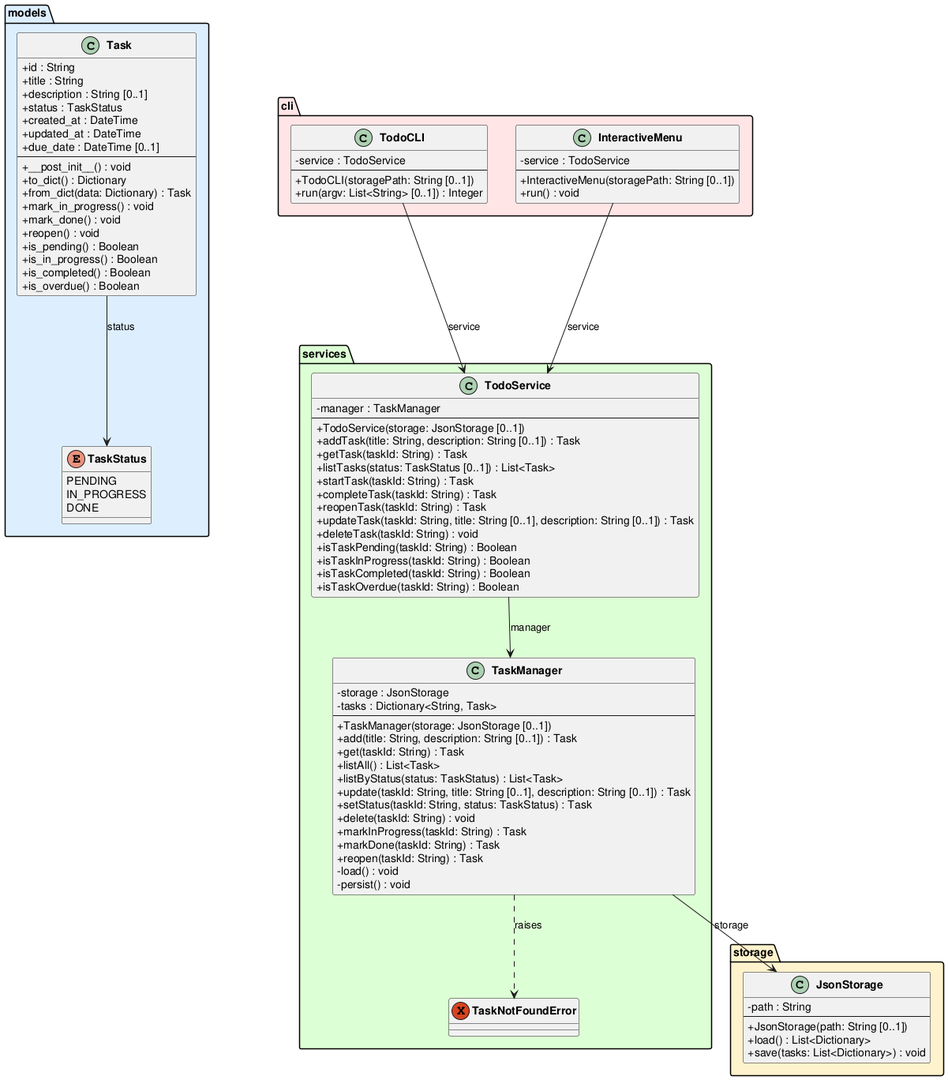
Above: experiments/broadcast/user_stories/TODO/artifacts/class_diagram.png in DanielRiha8906/Software_autoevolution_using_agents (PlantUML), before the change.
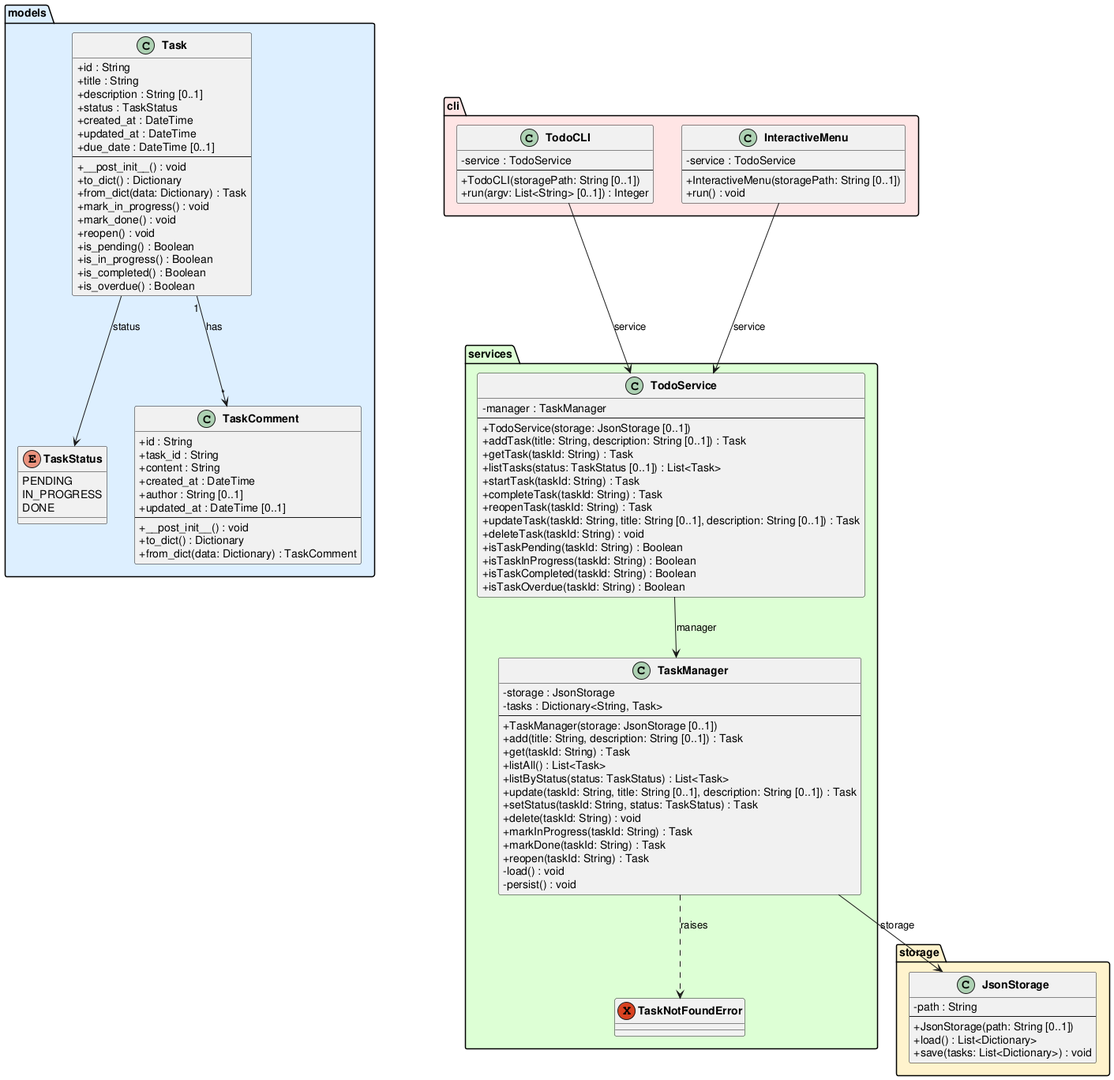
After the change.

The edit, as a diff of the source:
```diff
@@ -30,6 +30,21 @@
         +is_completed() : Boolean
         +is_overdue() : Boolean
     }
+
+    class TaskComment {
+        +id : String
+        +task_id : String
+        +content : String
+        +created_at : DateTime
+        +author : String [0..1]
+        +updated_at : DateTime [0..1]
+        --
+        +__post_init__() : void
+        +to_dict() : Dictionary
+        +from_dict(data: Dictionary) : TaskComment
+    }
+
+    Task "1" --> "*" TaskComment : has
 }
 
 package "storage" #FFF3CC {
```
